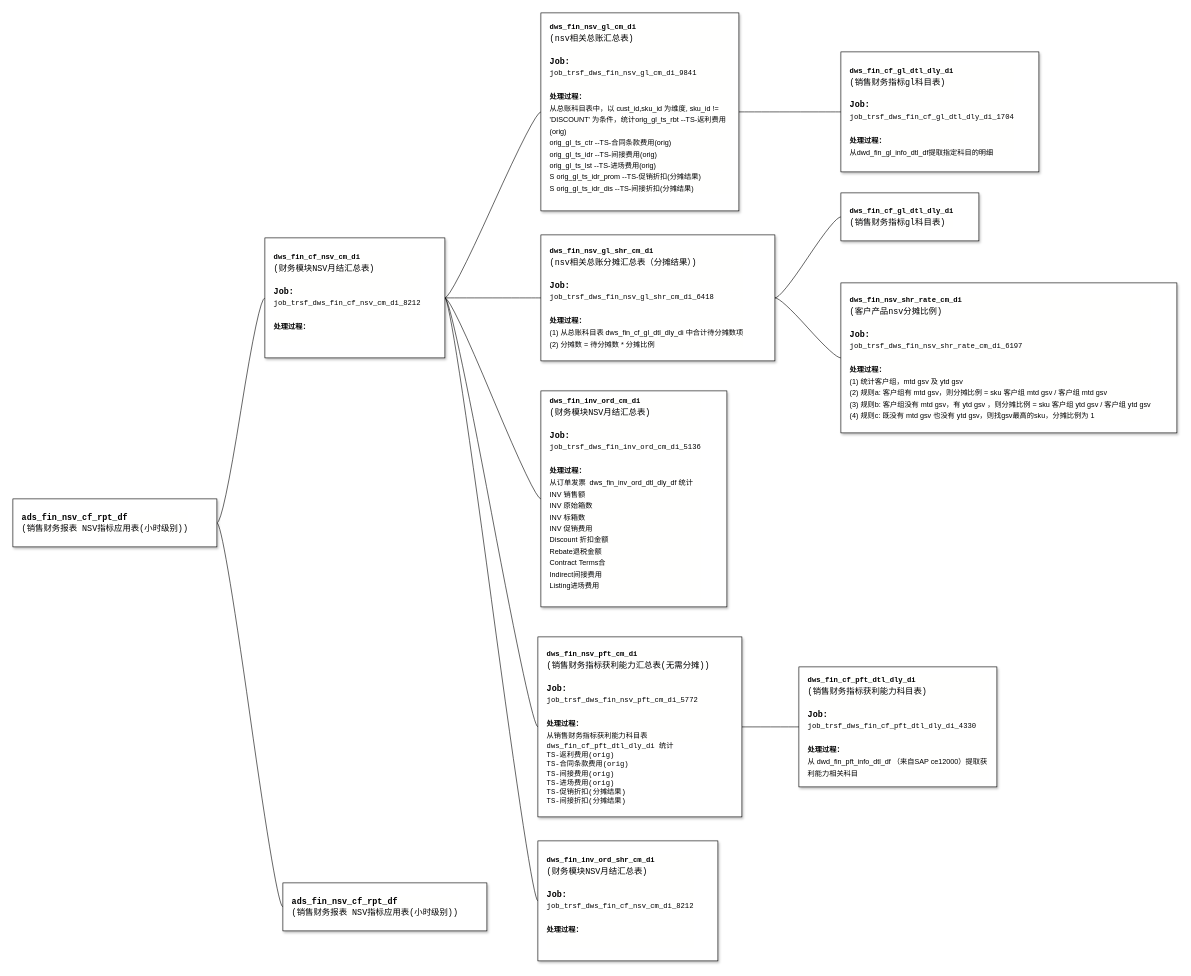
Above: vitasoy-fin-nsv.drawio in fsJerryChan/fsJerryChan (draw.io), before the change. Source tidied: cells renumbered, new cells numbered last; positions are measured from the earlier drawing's top-left corner, leaving out a move shared by most shapes. Both pictures are drawn from the tidied source at 60%, with x=0, y=0 at pixel (13, 13).
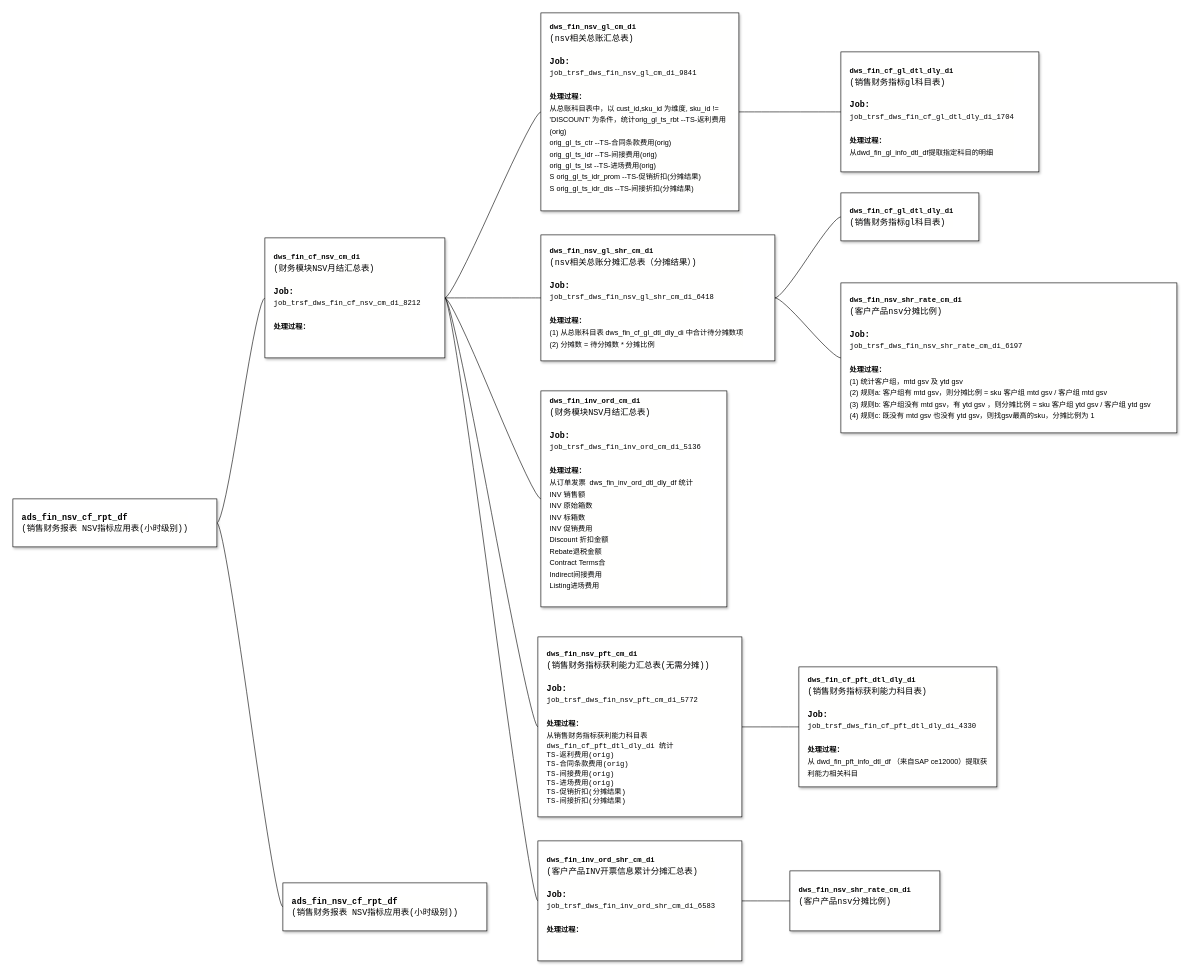
Above is the later version.

What changed in the source:
```diff
@@
+    <mxCell id="25" style="edgeStyle=entityRelationEdgeStyle;rounded=0;jettySize=auto;html=1;startArrow=none;endArrow=none;segment=10;curved=1;sourcePerimeterSpacing=0;targetPerimeterSpacing=0;" parent="1" edge="1" source="24" target="26">
+      <mxGeometry relative="1" as="geometry" />
+    </mxCell>
-    <mxCell id="24" value="&lt;div style=&quot;background-color: rgb(255, 255, 254); line-height: 19px;&quot;&gt;&lt;font face=&quot;Consolas, Courier New, monospace&quot;&gt;&lt;b&gt;dws_fin_inv_ord_shr_cm_di&lt;/b&gt;&lt;/font&gt;&lt;br&gt;&lt;/div&gt;&lt;div style=&quot;background-color: rgb(255, 255, 254); font-family: Consolas, &amp;quot;Courier New&amp;quot;, monospace; font-size: 14px; line-height: 19px;&quot;&gt;(财务模块NSV月结汇总表)&lt;/div&gt;&lt;div style=&quot;background-color: rgb(255, 255, 254); font-family: Consolas, &amp;quot;Courier New&amp;quot;, monospace; font-size: 14px; line-height: 19px;&quot;&gt;&lt;br&gt;&lt;/div&gt;&lt;div style=&quot;background-color: rgb(255, 255, 254); font-family: Consolas, &amp;quot;Courier New&amp;quot;, monospace; font-size: 14px; line-height: 19px;&quot;&gt;&lt;b&gt;Job:&lt;/b&gt;&lt;/div&gt;&lt;div style=&quot;background-color: rgb(255, 255, 254); line-height: 19px;&quot;&gt;&lt;font face=&quot;Consolas, Courier New, monospace&quot;&gt;job_trsf_dws_fin_cf_nsv_cm_di_8212&lt;/font&gt;&lt;br&gt;&lt;/div&gt;&lt;div style=&quot;background-color: rgb(255, 255, 254); line-height: 19px;&quot;&gt;&lt;font face=&quot;Consolas, Courier New, monospace&quot;&gt;&lt;br&gt;&lt;/font&gt;&lt;/div&gt;&lt;div style=&quot;background-color: rgb(255, 255, 254); line-height: 19px;&quot;&gt;&lt;font face=&quot;Consolas, Courier New, monospace&quot;&gt;&lt;b&gt;处理过程：&lt;/b&gt;&lt;/font&gt;&lt;/div&gt;&lt;div style=&quot;background-color: rgb(255, 255, 254); line-height: 19px;&quot;&gt;&lt;br&gt;&lt;/div&gt;" style="whiteSpace=wrap;html=1;rounded=0;arcSize=50;align=left;verticalAlign=middle;strokeWidth=1;spacing=15;newEdgeStyle={&quot;edgeStyle&quot;:&quot;entityRelationEdgeStyle&quot;,&quot;startArrow&quot;:&quot;none&quot;,&quot;endArrow&quot;:&quot;none&quot;,&quot;segment&quot;:10,&quot;curved&quot;:1,&quot;sourcePerimeterSpacing&quot;:0,&quot;targetPerimeterSpacing&quot;:0};shadow=1;" parent="1" vertex="1">
-      <mxGeometry x="875" y="1380" width="300" height="200" as="geometry" />
+    <mxCell id="24" value="&lt;div style=&quot;background-color: rgb(255, 255, 254); line-height: 19px;&quot;&gt;&lt;font face=&quot;Consolas, Courier New, monospace&quot;&gt;&lt;b&gt;dws_fin_inv_ord_shr_cm_di&lt;/b&gt;&lt;/font&gt;&lt;br&gt;&lt;/div&gt;&lt;div style=&quot;background-color: rgb(255, 255, 254); font-family: Consolas, &amp;quot;Courier New&amp;quot;, monospace; font-size: 14px; line-height: 19px;&quot;&gt;(客户产品INV开票信息累计分摊汇总表)&lt;/div&gt;&lt;div style=&quot;background-color: rgb(255, 255, 254); font-family: Consolas, &amp;quot;Courier New&amp;quot;, monospace; font-size: 14px; line-height: 19px;&quot;&gt;&lt;br&gt;&lt;/div&gt;&lt;div style=&quot;background-color: rgb(255, 255, 254); font-family: Consolas, &amp;quot;Courier New&amp;quot;, monospace; font-size: 14px; line-height: 19px;&quot;&gt;&lt;b&gt;Job:&lt;/b&gt;&lt;/div&gt;&lt;div style=&quot;background-color: rgb(255, 255, 254); line-height: 19px;&quot;&gt;&lt;font face=&quot;Consolas, Courier New, monospace&quot;&gt;job_trsf_dws_fin_inv_ord_shr_cm_di_6583&lt;/font&gt;&lt;br&gt;&lt;/div&gt;&lt;div style=&quot;background-color: rgb(255, 255, 254); line-height: 19px;&quot;&gt;&lt;font face=&quot;Consolas, Courier New, monospace&quot;&gt;&lt;br&gt;&lt;/font&gt;&lt;/div&gt;&lt;div style=&quot;background-color: rgb(255, 255, 254); line-height: 19px;&quot;&gt;&lt;font face=&quot;Consolas, Courier New, monospace&quot;&gt;&lt;b&gt;处理过程：&lt;/b&gt;&lt;/font&gt;&lt;/div&gt;&lt;div style=&quot;background-color: rgb(255, 255, 254); line-height: 19px;&quot;&gt;&lt;br&gt;&lt;/div&gt;" style="whiteSpace=wrap;html=1;rounded=0;arcSize=50;align=left;verticalAlign=middle;strokeWidth=1;spacing=15;newEdgeStyle={&quot;edgeStyle&quot;:&quot;entityRelationEdgeStyle&quot;,&quot;startArrow&quot;:&quot;none&quot;,&quot;endArrow&quot;:&quot;none&quot;,&quot;segment&quot;:10,&quot;curved&quot;:1,&quot;sourcePerimeterSpacing&quot;:0,&quot;targetPerimeterSpacing&quot;:0};shadow=1;" parent="1" vertex="1">
+      <mxGeometry x="875" y="1380" width="340" height="200" as="geometry" />
     </mxCell>
+    <mxCell id="26" value="&lt;div style=&quot;background-color: rgb(255, 255, 254); line-height: 19px;&quot;&gt;&lt;font face=&quot;Consolas, Courier New, monospace&quot;&gt;&lt;b&gt;dws_fin_nsv_shr_rate_cm_di&lt;/b&gt;&lt;/font&gt;&lt;br&gt;&lt;/div&gt;&lt;div style=&quot;background-color: rgb(255, 255, 254); font-family: Consolas, &amp;quot;Courier New&amp;quot;, monospace; font-size: 14px; line-height: 19px;&quot;&gt;(客户产品nsv分摊比例)&lt;/div&gt;&lt;div style=&quot;background-color: rgb(255, 255, 254); line-height: 19px;&quot;&gt;&lt;br&gt;&lt;/div&gt;" style="whiteSpace=wrap;html=1;rounded=0;arcSize=50;align=left;verticalAlign=middle;strokeWidth=1;spacing=15;newEdgeStyle={&quot;edgeStyle&quot;:&quot;entityRelationEdgeStyle&quot;,&quot;startArrow&quot;:&quot;none&quot;,&quot;endArrow&quot;:&quot;none&quot;,&quot;segment&quot;:10,&quot;curved&quot;:1,&quot;sourcePerimeterSpacing&quot;:0,&quot;targetPerimeterSpacing&quot;:0};shadow=1;" parent="1" vertex="1">
+      <mxGeometry x="1295" y="1430" width="250" height="100" as="geometry" />
+    </mxCell>
```
